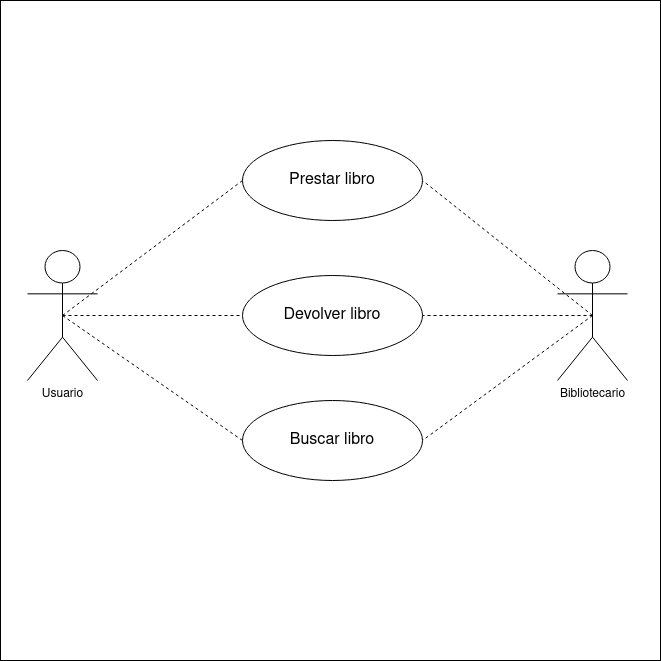
The draw.io diagram casos de uso biblioteca.drawio.png in GermanOjeda/Tarea-ETS, before a commit. Source tidied: cells renumbered, new cells last; positions are measured from the earlier drawing's top-left corner, leaving out a move shared by most shapes.
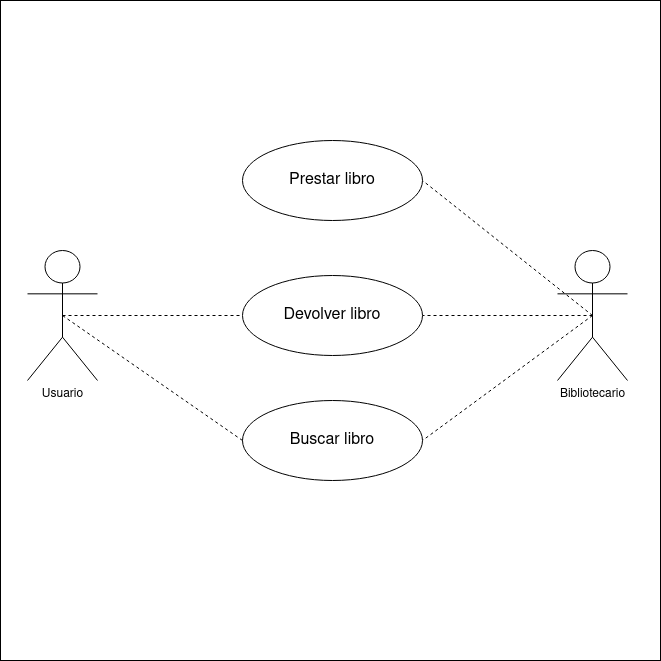
After the change.

What changed in the source:
```diff
@@ -5,9 +5,6 @@
     <mxCell id="2" style="whiteSpace=wrap;html=1;" parent="1" vertex="1">
       <mxGeometry width="660" height="660" as="geometry" />
     </mxCell>
-    <mxCell id="3" style="rounded=0;jettySize=auto;html=1;exitX=0.5;exitY=0.5;exitDx=0;exitDy=0;exitPerimeter=0;entryX=0;entryY=0.5;entryDx=0;entryDy=0;endArrow=none;endFill=0;dashed=1;" parent="1" edge="1" source="5" target="10">
-      <mxGeometry relative="1" as="geometry" />
-    </mxCell>
     <mxCell id="4" style="rounded=0;jettySize=auto;html=1;exitX=0.5;exitY=0.5;exitDx=0;exitDy=0;exitPerimeter=0;entryX=0;entryY=0.5;entryDx=0;entryDy=0;endArrow=none;endFill=0;dashed=1;" parent="1" edge="1" source="5" target="11">
       <mxGeometry relative="1" as="geometry" />
     </mxCell>
```
